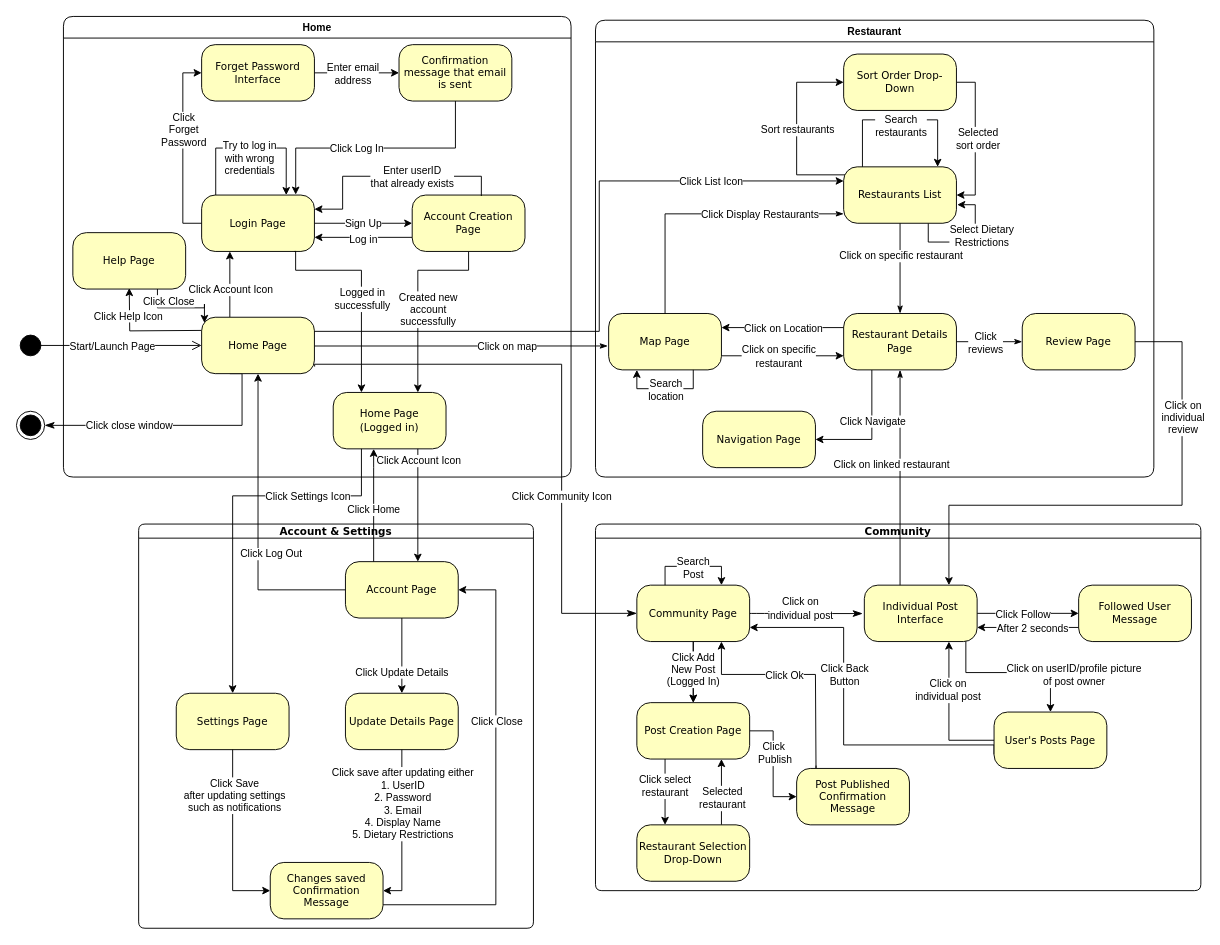
Above: Deliverables/Others/DialogMap.drawio in dhruv-gambhir/extraveganza (draw.io), before the change. Source tidied: cells renumbered, new cells numbered last; positions are measured from the earlier drawing's top-left corner, leaving out a move shared by most shapes. Both pictures are drawn from the tidied source at 94%, with x=0, y=0 at pixel (16, 16).
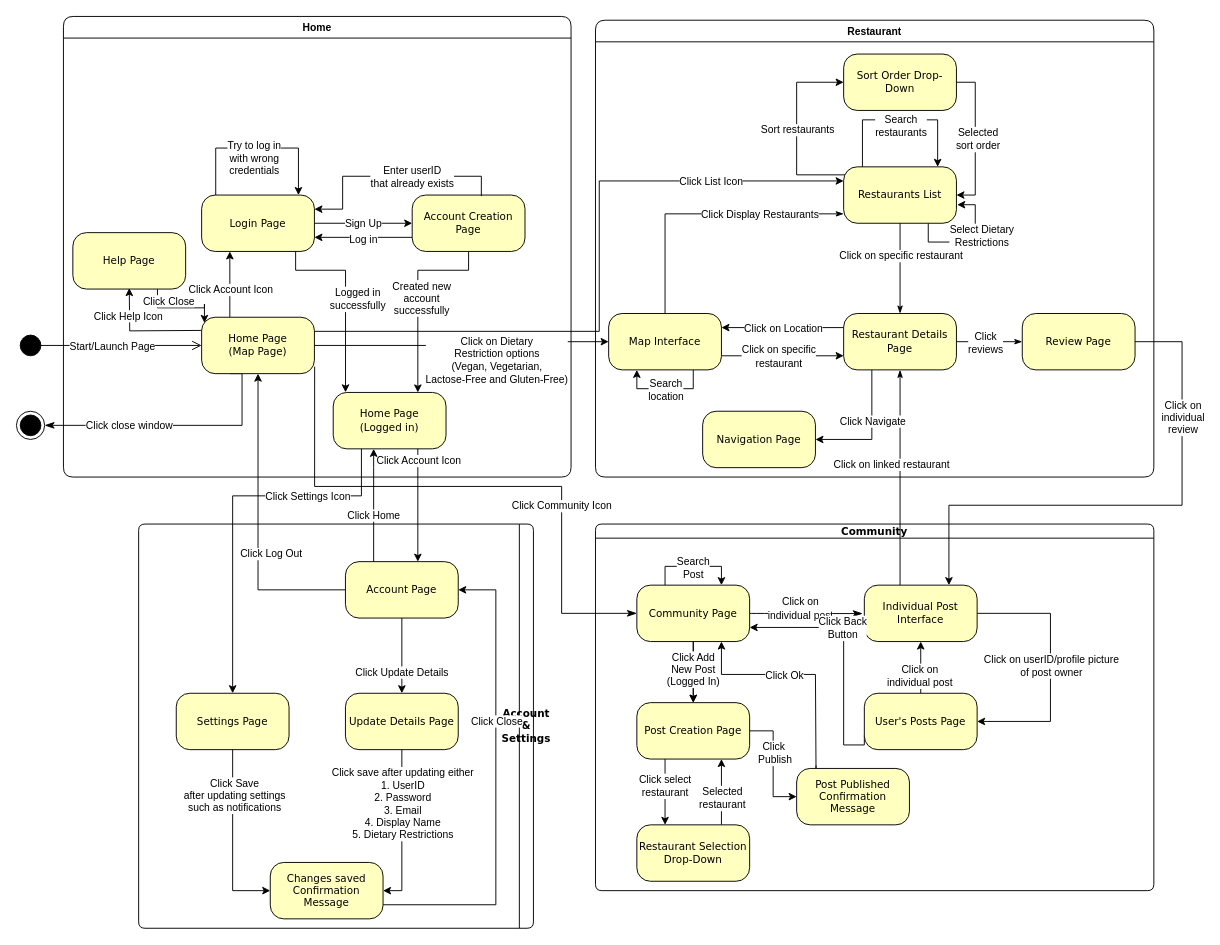
The same page after the edit.

Commit message (it also covers changes not shown here):
updated dialog map

Unchanged cells that the change refers to:
```xml
<mxCell id="12" value="Individual Post Interface" style="rounded=1;whiteSpace=wrap;html=1;arcSize=24;fillColor=#ffffc0;strokeColor=#000000;shadow=0;comic=0;labelBackgroundColor=none;fontFamily=Verdana;fontSize=11;fontColor=#000000;align=center;" parent="7" vertex="1">
  <mxGeometry x="286" y="65" width="120" height="60" as="geometry" />
</mxCell>
<mxCell id="18" value="Community Page" style="rounded=1;whiteSpace=wrap;html=1;arcSize=24;fillColor=#ffffc0;strokeColor=#000000;shadow=0;comic=0;labelBackgroundColor=none;fontFamily=Verdana;fontSize=11;fontColor=#000000;align=center;fontStyle=0;" parent="7" vertex="1">
  <mxGeometry x="44" y="65" width="120" height="60" as="geometry" />
</mxCell>
<mxCell id="46" value="Restaurant" style="swimlane;whiteSpace=wrap;html=1;rounded=1;fontSize=11;startSize=23;" parent="1" vertex="1">
  <mxGeometry x="616" y="4" width="594" height="486" as="geometry" />
</mxCell>
<mxCell id="75" value="Home" style="swimlane;whiteSpace=wrap;html=1;strokeColor=#000000;rounded=1;fontSize=11;" parent="1" vertex="1">
  <mxGeometry x="50" width="540" height="490" as="geometry" />
</mxCell>
<mxCell id="76" style="edgeStyle=orthogonalEdgeStyle;rounded=0;jettySize=auto;html=1;exitX=0.5;exitY=1;exitDx=0;exitDy=0;entryX=0.75;entryY=0;entryDx=0;entryDy=0;fontSize=11;" parent="75" edge="1" source="80" target="98">
  <mxGeometry relative="1" as="geometry">
    <Array as="points">
      <mxPoint x="431" y="270" />
      <mxPoint x="377" y="270" />
    </Array>
  </mxGeometry>
</mxCell>
<mxCell id="86" value="Login Page" style="rounded=1;whiteSpace=wrap;html=1;arcSize=24;fillColor=#ffffc0;strokeColor=#000000;shadow=0;comic=0;labelBackgroundColor=none;fontFamily=Verdana;fontSize=11;fontColor=#000000;align=center;" parent="75" vertex="1">
  <mxGeometry x="147" y="190" width="120" height="60" as="geometry" />
</mxCell>
<mxCell id="98" value="Home Page &lt;br&gt;(Logged in)" style="rounded=1;whiteSpace=wrap;html=1;arcSize=24;fillColor=#ffffc0;strokeColor=#000000;shadow=0;comic=0;labelBackgroundColor=none;fontFamily=Verdana;fontSize=11;fontColor=#000000;align=center;" parent="75" vertex="1">
  <mxGeometry x="287" y="400" width="120" height="60" as="geometry" />
</mxCell>
<mxCell id="127" style="edgeStyle=orthogonalEdgeStyle;rounded=0;jettySize=auto;html=1;exitX=0.25;exitY=0;exitDx=0;exitDy=0;fontSize=11;" parent="1" edge="1" source="113">
  <mxGeometry relative="1" as="geometry">
    <mxPoint x="380" y="460" as="targetPoint" />
    <Array as="points">
      <mxPoint x="380" y="480" />
      <mxPoint x="380" y="480" />
    </Array>
  </mxGeometry>
</mxCell>
```

Change to the diagram source:
```diff
@@
-    <mxCell id="3" style="edgeStyle=orthogonalEdgeStyle;rounded=0;jettySize=auto;html=1;entryX=-0.008;entryY=0.576;entryDx=0;entryDy=0;startArrow=none;startFill=0;endArrow=classicThin;endFill=1;fontSize=11;exitX=1;exitY=0.5;exitDx=0;exitDy=0;entryPerimeter=0;" parent="1" edge="1" source="95" target="64">
-      <mxGeometry relative="1" as="geometry">
-        <Array as="points">
-          <mxPoint x="630" y="350" />
-        </Array>
-      </mxGeometry>
-    </mxCell>
-    <mxCell id="4" value="Click on map" style="edgeLabel;html=1;align=center;verticalAlign=middle;fontSize=11;" parent="3" vertex="1">
-      <mxGeometry x="0.41" y="2" relative="1" as="geometry">
-        <mxPoint x="-15" y="2" as="offset" />
-      </mxGeometry>
-    </mxCell>
@@
     <mxCell id="7" value="Community" style="swimlane;whiteSpace=wrap;html=1;rounded=1;shadow=0;comic=0;labelBackgroundColor=none;strokeWidth=1;fontFamily=Verdana;fontSize=11;align=center;startSize=15;" parent="1" vertex="1">
-      <mxGeometry x="616" y="540" width="644" height="390" as="geometry" />
+      <mxGeometry x="616" y="540" width="594" height="390" as="geometry" />
     </mxCell>
-    <mxCell id="8" style="edgeStyle=orthogonalEdgeStyle;rounded=0;jettySize=auto;html=1;exitX=1;exitY=0.5;exitDx=0;exitDy=0;fontSize=11;" parent="7" edge="1" source="12" target="32">
-      <mxGeometry relative="1" as="geometry" />
-    </mxCell>
-    <mxCell id="9" value="Click Follow" style="edgeLabel;html=1;align=center;verticalAlign=middle;fontSize=11;" parent="8" vertex="1">
-      <mxGeometry x="-0.3" y="1" relative="1" as="geometry">
-        <mxPoint x="10" y="1" as="offset" />
-      </mxGeometry>
-    </mxCell>
-    <mxCell id="10" style="edgeStyle=orthogonalEdgeStyle;rounded=0;jettySize=auto;html=1;exitX=0.889;exitY=0.985;exitDx=0;exitDy=0;entryX=0.5;entryY=0;entryDx=0;entryDy=0;fontSize=11;exitPerimeter=0;" parent="7" edge="1" source="12" target="37">
+    <mxCell id="10" style="edgeStyle=orthogonalEdgeStyle;rounded=0;jettySize=auto;html=1;exitX=1;exitY=0.5;exitDx=0;exitDy=0;fontSize=11;entryX=1;entryY=0.5;entryDx=0;entryDy=0;" parent="7" edge="1" source="12" target="37">
       <mxGeometry relative="1" as="geometry">
         <Array as="points">
-          <mxPoint x="394" y="124" />
-          <mxPoint x="394" y="158" />
-          <mxPoint x="484" y="158" />
+          <mxPoint x="484" y="95" />
+          <mxPoint x="484" y="210" />
         </Array>
       </mxGeometry>
     </mxCell>
     <mxCell id="11" value="Click on userID/profile picture &lt;br&gt;of post owner" style="edgeLabel;html=1;align=center;verticalAlign=middle;fontSize=11;" parent="10" vertex="1">
       <mxGeometry x="-0.24" relative="1" as="geometry">
-        <mxPoint x="86" y="2" as="offset" />
+        <mxPoint y="30" as="offset" />
       </mxGeometry>
     </mxCell>
@@
-    <mxCell id="30" style="edgeStyle=orthogonalEdgeStyle;rounded=0;jettySize=auto;html=1;exitX=0;exitY=0.75;exitDx=0;exitDy=0;entryX=1;entryY=0.75;entryDx=0;entryDy=0;fontSize=11;" parent="7" edge="1" source="32" target="12">
-      <mxGeometry relative="1" as="geometry" />
-    </mxCell>
-    <mxCell id="31" value="After 2 seconds" style="edgeLabel;html=1;align=center;verticalAlign=middle;fontSize=11;" parent="30" vertex="1">
-      <mxGeometry x="0.15" relative="1" as="geometry">
-        <mxPoint x="12" as="offset" />
-      </mxGeometry>
-    </mxCell>
-    <mxCell id="32" value="Followed User Message" style="rounded=1;whiteSpace=wrap;html=1;arcSize=24;fillColor=#ffffc0;strokeColor=#000000;shadow=0;comic=0;labelBackgroundColor=none;fontFamily=Verdana;fontSize=11;fontColor=#000000;align=center;" parent="7" vertex="1">
-      <mxGeometry x="514" y="65" width="120" height="60" as="geometry" />
-    </mxCell>
-    <mxCell id="33" style="edgeStyle=orthogonalEdgeStyle;rounded=0;jettySize=auto;html=1;exitX=0;exitY=0.5;exitDx=0;exitDy=0;entryX=0.75;entryY=1;entryDx=0;entryDy=0;fontSize=11;" parent="7" edge="1" source="37" target="12">
+    <mxCell id="33" style="edgeStyle=orthogonalEdgeStyle;rounded=0;jettySize=auto;html=1;exitX=0.5;exitY=0;exitDx=0;exitDy=0;entryX=0.5;entryY=1;entryDx=0;entryDy=0;fontSize=11;" parent="7" edge="1" source="37" target="12">
       <mxGeometry relative="1" as="geometry" />
     </mxCell>
@@
     <mxCell id="37" value="User's Posts Page" style="rounded=1;whiteSpace=wrap;html=1;arcSize=24;fillColor=#ffffc0;strokeColor=#000000;shadow=0;comic=0;labelBackgroundColor=none;fontFamily=Verdana;fontSize=11;fontColor=#000000;align=center;" parent="7" vertex="1">
-      <mxGeometry x="424" y="200" width="120" height="60" as="geometry" />
+      <mxGeometry x="286" y="180" width="120" height="60" as="geometry" />
     </mxCell>
@@
     <mxCell id="42" style="edgeStyle=orthogonalEdgeStyle;html=1;exitX=1.002;exitY=0.875;labelBackgroundColor=none;endArrow=classicThin;endSize=8;strokeColor=#000000;fontFamily=Verdana;fontSize=11;align=left;endFill=1;rounded=0;exitDx=0;exitDy=0;entryX=0;entryY=0.5;entryDx=0;entryDy=0;exitPerimeter=0;" parent="1" edge="1" source="95" target="18">
       <mxGeometry relative="1" as="geometry">
         <Array as="points">
-          <mxPoint x="317" y="370" />
-          <mxPoint x="580" y="370" />
+          <mxPoint x="317" y="500" />
+          <mxPoint x="580" y="500" />
           <mxPoint x="580" y="635" />
         </Array>
       </mxGeometry>
     </mxCell>
     <mxCell id="43" value="Click Community Icon" style="edgeLabel;html=1;align=center;verticalAlign=middle;fontSize=11;" parent="42" vertex="1">
       <mxGeometry x="-0.21" relative="1" as="geometry">
-        <mxPoint x="24" y="140" as="offset" />
+        <mxPoint x="151" y="20" as="offset" />
       </mxGeometry>
     </mxCell>
@@
-    <mxCell id="64" value="Map Page" style="rounded=1;whiteSpace=wrap;html=1;arcSize=24;fillColor=#ffffc0;strokeColor=#000000;shadow=0;comic=0;labelBackgroundColor=none;fontFamily=Verdana;fontSize=11;fontColor=#000000;align=center;" parent="46" vertex="1">
+    <mxCell id="64" value="Map Interface" style="rounded=1;whiteSpace=wrap;html=1;arcSize=24;fillColor=#ffffc0;strokeColor=#000000;shadow=0;comic=0;labelBackgroundColor=none;fontFamily=Verdana;fontSize=11;fontColor=#000000;align=center;" parent="46" vertex="1">
       <mxGeometry x="14" y="312" width="120" height="60" as="geometry" />
     </mxCell>
@@
     <mxCell id="77" value="Created new &lt;br&gt;account &lt;br&gt;successfully" style="edgeLabel;html=1;align=center;verticalAlign=middle;fontSize=11;" parent="76" vertex="1">
       <mxGeometry x="0.16" relative="1" as="geometry">
-        <mxPoint x="10" y="-3" as="offset" />
+        <mxPoint x="3" y="-15" as="offset" />
       </mxGeometry>
     </mxCell>
@@
-    <mxCell id="81" style="edgeStyle=orthogonalEdgeStyle;rounded=0;jettySize=auto;html=1;exitX=1;exitY=0.5;exitDx=0;exitDy=0;entryX=0;entryY=0.5;entryDx=0;entryDy=0;fontSize=11;" parent="75" edge="1" source="83" target="101">
-      <mxGeometry relative="1" as="geometry">
-        <Array as="points">
-          <mxPoint x="317" y="60" />
-          <mxPoint x="317" y="60" />
-        </Array>
-      </mxGeometry>
-    </mxCell>
-    <mxCell id="82" value="Enter email &lt;br&gt;address" style="edgeLabel;html=1;align=center;verticalAlign=middle;fontSize=11;" parent="81" vertex="1">
-      <mxGeometry x="-0.3" relative="1" as="geometry">
-        <mxPoint x="9" as="offset" />
-      </mxGeometry>
-    </mxCell>
-    <mxCell id="83" value="Forget Password Interface" style="rounded=1;whiteSpace=wrap;html=1;arcSize=24;fillColor=#ffffc0;strokeColor=#000000;shadow=0;comic=0;labelBackgroundColor=none;fontFamily=Verdana;fontSize=11;fontColor=#000000;align=center;" parent="75" vertex="1">
-      <mxGeometry x="147" y="30" width="120" height="60" as="geometry" />
-    </mxCell>
@@
-    <mxCell id="87" style="edgeStyle=orthogonalEdgeStyle;rounded=0;jettySize=auto;html=1;exitX=0;exitY=0.5;exitDx=0;exitDy=0;entryX=0;entryY=0.5;entryDx=0;entryDy=0;fontSize=11;" parent="75" edge="1" source="86" target="83">
-      <mxGeometry relative="1" as="geometry" />
-    </mxCell>
-    <mxCell id="88" value="Click&lt;br&gt;Forget &lt;br style=&quot;font-size: 11px;&quot;&gt;Password" style="edgeLabel;html=1;align=center;verticalAlign=middle;fontSize=11;" parent="87" vertex="1">
-      <mxGeometry x="-0.28" y="1" relative="1" as="geometry">
-        <mxPoint x="1" y="-48" as="offset" />
-      </mxGeometry>
-    </mxCell>
-    <mxCell id="89" style="edgeStyle=orthogonalEdgeStyle;rounded=0;jettySize=auto;html=1;entryX=0.25;entryY=0;entryDx=0;entryDy=0;fontSize=11;" parent="75" edge="1" target="98">
+    <mxCell id="89" style="edgeStyle=orthogonalEdgeStyle;rounded=0;jettySize=auto;html=1;entryX=0.109;entryY=-0.002;entryDx=0;entryDy=0;fontSize=11;entryPerimeter=0;" parent="75" edge="1" target="98">
       <mxGeometry relative="1" as="geometry">
         <mxPoint x="247" y="250" as="sourcePoint" />
         <Array as="points">
-          <mxPoint x="246" y="250" />
           <mxPoint x="247" y="250" />
           <mxPoint x="247" y="270" />
-          <mxPoint x="317" y="270" />
+          <mxPoint x="300" y="270" />
         </Array>
       </mxGeometry>
     </mxCell>
@@
-    <mxCell id="95" value="Home Page" style="rounded=1;whiteSpace=wrap;html=1;arcSize=24;fillColor=#ffffc0;strokeColor=#000000;shadow=0;comic=0;labelBackgroundColor=none;fontFamily=Verdana;fontSize=11;fontColor=#000000;align=center;" parent="75" vertex="1">
+    <mxCell id="95" value="Home Page &lt;br&gt;(Map Page)" style="rounded=1;whiteSpace=wrap;html=1;arcSize=24;fillColor=#ffffc0;strokeColor=#000000;shadow=0;comic=0;labelBackgroundColor=none;fontFamily=Verdana;fontSize=11;fontColor=#000000;align=center;" parent="75" vertex="1">
       <mxGeometry x="147" y="320" width="120" height="60" as="geometry" />
     </mxCell>
-    <mxCell id="96" style="edgeStyle=orthogonalEdgeStyle;rounded=0;orthogonalLoop=1;jettySize=auto;html=1;entryX=0.75;entryY=0;entryDx=0;entryDy=0;fontSize=11;" parent="75" edge="1" source="86" target="86">
+    <mxCell id="96" style="edgeStyle=orthogonalEdgeStyle;rounded=0;jettySize=auto;html=1;fontSize=11;" parent="75" edge="1" source="86">
       <mxGeometry relative="1" as="geometry">
+        <mxPoint x="250" y="190" as="targetPoint" />
         <Array as="points">
           <mxPoint x="162" y="140" />
-          <mxPoint x="237" y="140" />
+          <mxPoint x="250" y="140" />
+          <mxPoint x="250" y="190" />
         </Array>
       </mxGeometry>
     </mxCell>
@@
-    <mxCell id="99" style="edgeStyle=orthogonalEdgeStyle;rounded=0;jettySize=auto;html=1;exitX=0.5;exitY=1;exitDx=0;exitDy=0;entryX=0.834;entryY=-0.008;entryDx=0;entryDy=0;entryPerimeter=0;fontSize=11;" parent="75" edge="1" source="101" target="86">
-      <mxGeometry relative="1" as="geometry" />
-    </mxCell>
-    <mxCell id="100" value="Click Log In" style="edgeLabel;html=1;align=center;verticalAlign=middle;fontSize=11;" parent="99" vertex="1">
-      <mxGeometry x="0.16" y="1" relative="1" as="geometry">
-        <mxPoint y="-1" as="offset" />
-      </mxGeometry>
-    </mxCell>
-    <mxCell id="101" value="Confirmation message that email is sent" style="rounded=1;whiteSpace=wrap;html=1;arcSize=24;fillColor=#ffffc0;strokeColor=#000000;shadow=0;comic=0;labelBackgroundColor=none;fontFamily=Verdana;fontSize=11;fontColor=#000000;align=center;" parent="75" vertex="1">
-      <mxGeometry x="357" y="30" width="120" height="60" as="geometry" />
-    </mxCell>
@@
-    <mxCell id="110" value="Account &amp;amp; Settings" style="swimlane;whiteSpace=wrap;html=1;rounded=1;shadow=0;comic=0;labelBackgroundColor=none;strokeWidth=1;fontFamily=Verdana;fontSize=11;align=center;startSize=15;" parent="1" vertex="1">
+    <mxCell id="110" value="Account &amp;amp; Settings" style="swimlane;whiteSpace=wrap;html=1;rounded=1;shadow=0;comic=0;labelBackgroundColor=none;strokeWidth=1;fontFamily=Verdana;fontSize=11;align=center;startSize=15;direction=south;" parent="1" vertex="1">
       <mxGeometry x="130" y="540" width="420" height="430" as="geometry" />
     </mxCell>
@@
     <mxCell id="128" value="Click Home" style="edgeLabel;html=1;align=center;verticalAlign=middle;fontSize=11;" parent="127" vertex="1">
       <mxGeometry x="-0.24" y="1" relative="1" as="geometry">
-        <mxPoint y="-10" as="offset" />
+        <mxPoint y="-4" as="offset" />
       </mxGeometry>
     </mxCell>
@@
+    <mxCell id="3" style="edgeStyle=orthogonalEdgeStyle;rounded=0;jettySize=auto;html=1;exitX=1;exitY=0.5;exitDx=0;exitDy=0;" parent="1" edge="1" source="95" target="64">
+      <mxGeometry relative="1" as="geometry" />
+    </mxCell>
+    <mxCell id="135" value="Click on Dietary &lt;br&gt;Restriction options &lt;br&gt;(Vegan, Vegetarian, &lt;br&gt;Lactose-Free and Gluten-Free)" style="edgeLabel;html=1;align=center;verticalAlign=middle;" parent="3" vertex="1">
+      <mxGeometry x="-0.18" y="-2" relative="1" as="geometry">
+        <mxPoint x="63" y="13" as="offset" />
+      </mxGeometry>
+    </mxCell>
```
